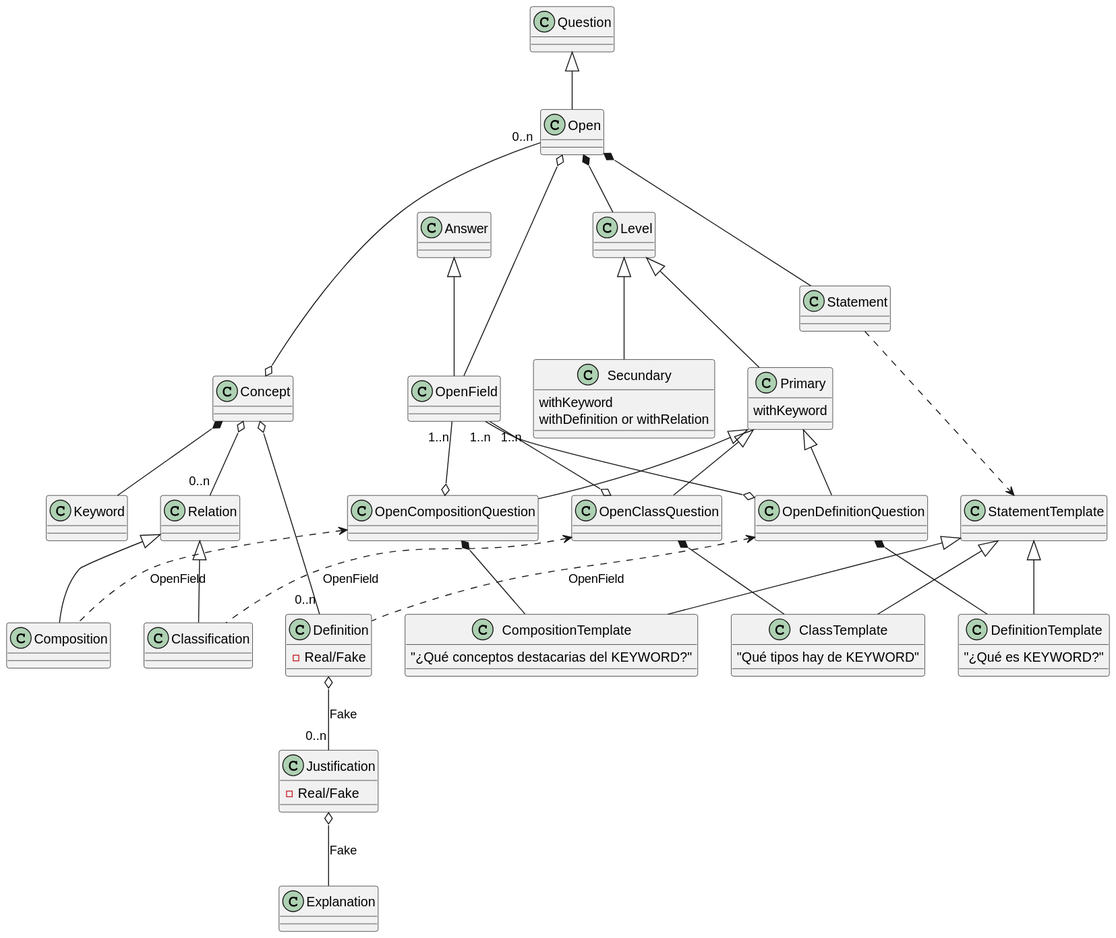
This is out/doc/dominio_detail_concept/ConceptDomainDetail.svg from Joselon/ProyectoOpoTest, a PlantUML export, as it was before one commit.
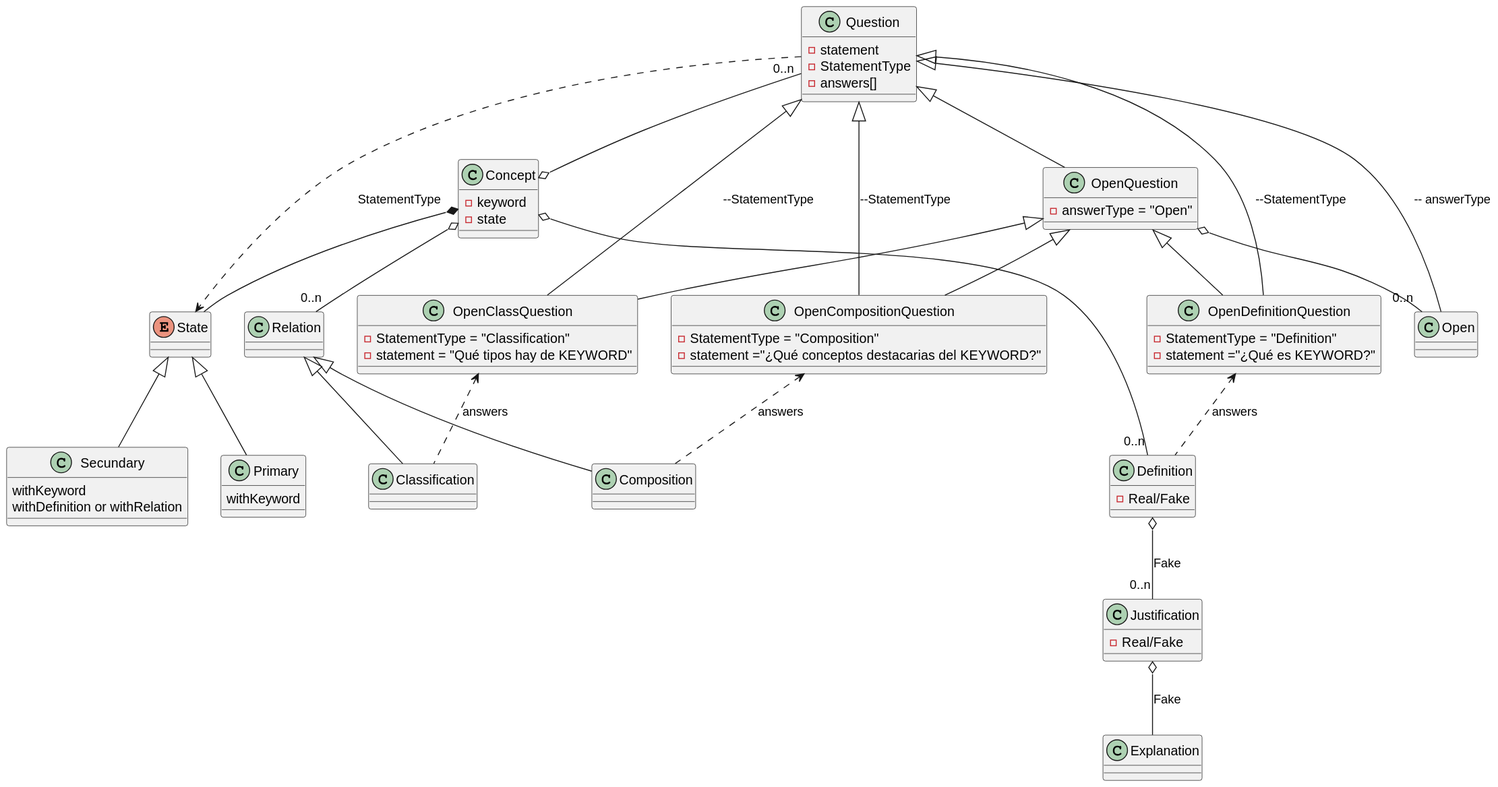
Above is the later version.

Diff of the diagram source:
```diff
@@ -1,15 +1,16 @@
 @startuml ConceptDomainDetail
 
-class Concept
-
-class Keyword
+class Concept {
+    - keyword
+    - state
+}
 
 class Definition {
-    -Real/Fake
+    - Real/Fake
 }
 
 class Justification {
-    -Real/Fake
+    - Real/Fake
 }
 
 class Explanation
@@ -20,7 +21,7 @@
 
 class Composition
 
-class Level
+enum State
 
 class Primary {
     withKeyword
@@ -31,50 +32,43 @@
     withDefinition or withRelation
 }
 
-class OpenDefinitionQuestion
+class OpenDefinitionQuestion {
+    - StatementType = "Definition"
+    - statement ="¿Qué es KEYWORD?"
 
-class OpenClassQuestion
+}
 
-class OpenCompositionQuestion
+class OpenClassQuestion {
+    - StatementType = "Classification"
+    - statement = "Qué tipos hay de KEYWORD"
 
+}
 
+class OpenCompositionQuestion {
+    - StatementType = "Composition"
+    - statement ="¿Qué conceptos destacarias del KEYWORD?"
 
-class Question
+}
+
+class Question {
+    - statement
+    - StatementType
+    - answers[]
+}
+
+class OpenQuestion {
+    - answerType = "Open"
+}
 
 class Open
 
-class Statement
+Question <|-- OpenQuestion
+Question "0..n" -o Concept
+Question <|-- Open :-- answerType
+OpenQuestion o--"0..n" Open
+Concept *-- State
+Question ..> State: StatementType
 
-class StatementTemplate
-
-
-class DefinitionTemplate {
-    "¿Qué es KEYWORD?"
-}
-
-class ClassTemplate {
-    "Qué tipos hay de KEYWORD"
-}
-
-class CompositionTemplate {
-    "¿Qué conceptos destacarias del KEYWORD?"
-}
-
-
-
-class Answer
-
-class OpenField
-
-Question <|-- Open
-Open "0..n" -o Concept
-Answer <|-- OpenField
-Open o-- OpenField
-Open *-- Level
-Open *-- Statement
-Statement ..> StatementTemplate
-
-Concept *-- Keyword
 Concept o--"0..n" Definition
 Definition o-- "0..n" Justification:Fake
 Justification o-- Explanation:Fake
@@ -83,28 +77,20 @@
 Relation <|-- Classification
 Relation <|-- Composition
 
-Level <|-- Primary
-Level <|-- Secundary
+State <|-- Primary
+State <|-- Secundary
 
-StatementTemplate <|-- DefinitionTemplate
-StatementTemplate <|-- ClassTemplate
-StatementTemplate <|-- CompositionTemplate
+Question <|-- OpenDefinitionQuestion :--StatementType
+Question <|-- OpenClassQuestion :--StatementType
+Question <|-- OpenCompositionQuestion :--StatementType
 
-Primary <|-- OpenDefinitionQuestion
-OpenDefinitionQuestion *-- DefinitionTemplate
-OpenField "1..n" --o OpenDefinitionQuestion
-OpenDefinitionQuestion <.. Definition: OpenField
+OpenQuestion <|-- OpenDefinitionQuestion
+OpenDefinitionQuestion <.. Definition: answers
 
-Primary <|-- OpenClassQuestion
-OpenClassQuestion *-- ClassTemplate
-OpenField "1..n"--o OpenClassQuestion
-OpenClassQuestion <.. Classification :OpenField
+OpenQuestion <|-- OpenClassQuestion
+OpenClassQuestion <.. Classification :answers
 
-Primary <|-- OpenCompositionQuestion
-OpenCompositionQuestion *-- CompositionTemplate
-OpenField "1..n"--o OpenCompositionQuestion
-OpenCompositionQuestion <.. Composition :OpenField
-
-
+OpenQuestion <|-- OpenCompositionQuestion
+OpenCompositionQuestion <.. Composition :answers
 
 @enduml
```
